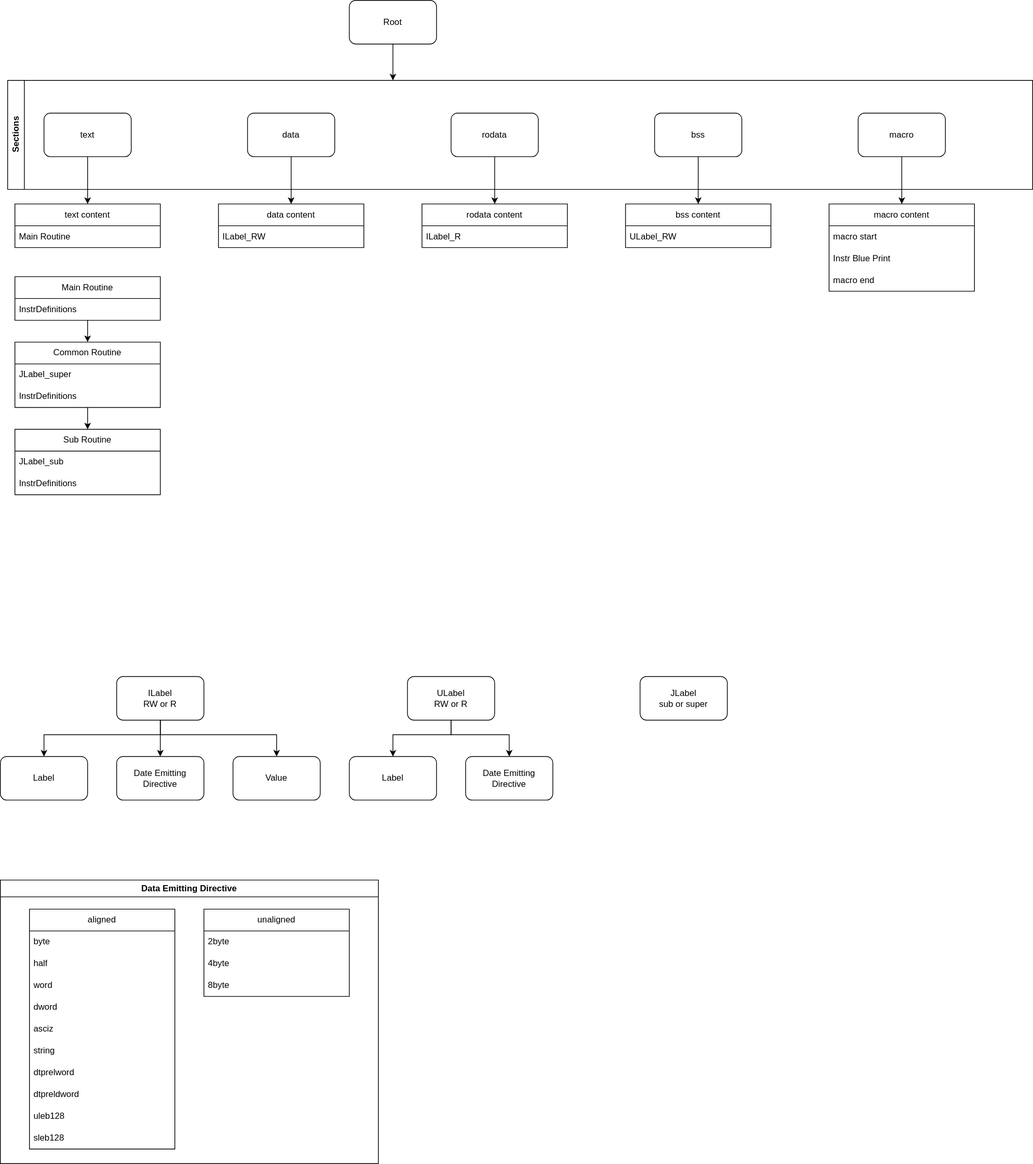
consansri/ProSimWeb-Test keeps this draw.io diagram as docs/RiscV/RiscV - Grammar.drawio.svg. Above is the earlier version. Source tidied: cells renumbered, new cells last; positions are measured from the earlier drawing's top-left corner, leaving out a move shared by most shapes.
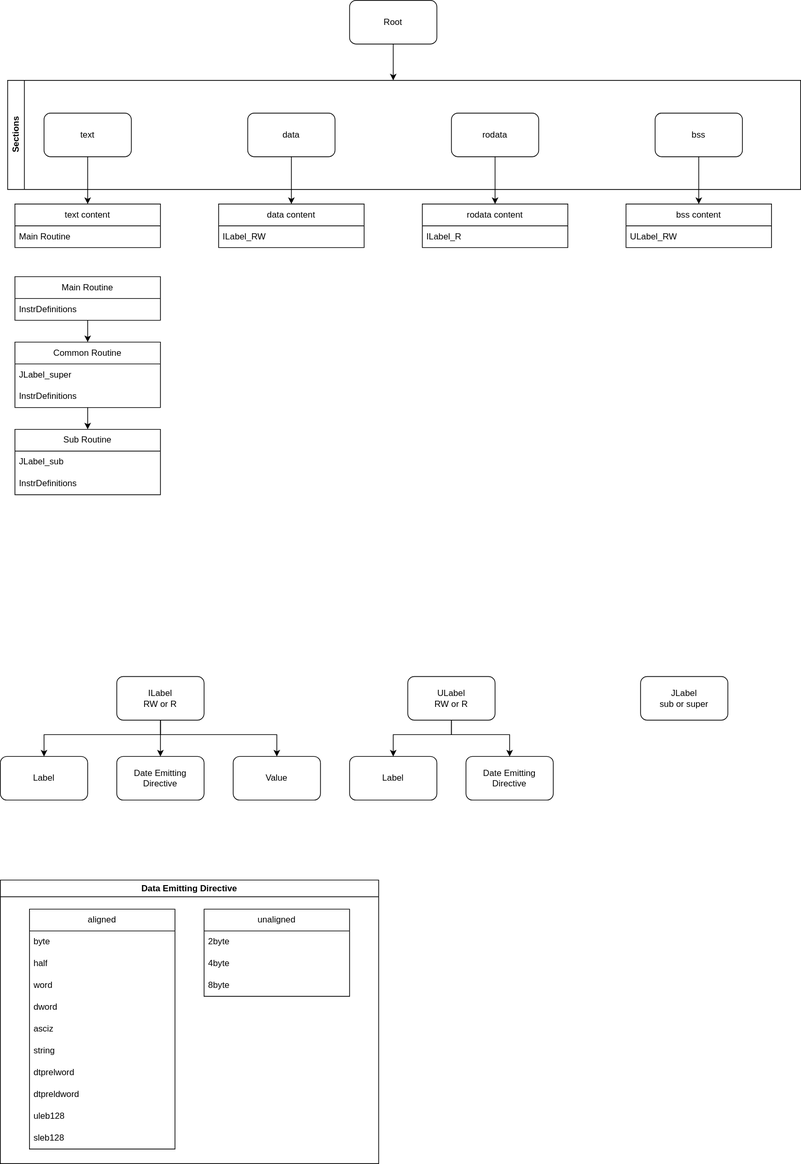
The same diagram one commit later.

Diff of the diagram source:
```diff
@@ -14,7 +14,7 @@
       <mxGeometry x="480" width="120" height="60" as="geometry" />
     </mxCell>
     <mxCell id="4" value="Sections" style="swimlane;horizontal=0;whiteSpace=wrap;html=1;" parent="1" vertex="1">
-      <mxGeometry x="10" y="110" width="1410" height="150" as="geometry" />
+      <mxGeometry x="10" y="110" width="1090" height="150" as="geometry" />
     </mxCell>
     <mxCell id="5" value="text" style="rounded=1;whiteSpace=wrap;html=1;" parent="4" vertex="1">
       <mxGeometry x="50" y="45" width="120" height="60" as="geometry" />
@@ -28,9 +28,6 @@
     <mxCell id="8" value="bss" style="rounded=1;whiteSpace=wrap;html=1;" parent="4" vertex="1">
       <mxGeometry x="890" y="45" width="120" height="60" as="geometry" />
     </mxCell>
-    <mxCell id="9" value="macro" style="rounded=1;whiteSpace=wrap;html=1;" parent="4" vertex="1">
-      <mxGeometry x="1170" y="45" width="120" height="60" as="geometry" />
-    </mxCell>
     <mxCell id="10" style="edgeStyle=orthogonalEdgeStyle;rounded=0;jettySize=auto;html=1;" parent="1" edge="1" source="5" target="44">
       <mxGeometry relative="1" as="geometry" />
     </mxCell>
@@ -204,20 +201,5 @@
     <mxCell id="60" value="InstrDefinitions" style="text;strokeColor=none;fillColor=none;align=left;verticalAlign=middle;spacingLeft=4;spacingRight=4;overflow=hidden;whiteSpace=wrap;html=1;" parent="58" vertex="1">
       <mxGeometry y="60" width="200" height="30" as="geometry" />
     </mxCell>
-    <mxCell id="61" value="macro content" style="swimlane;fontStyle=0;horizontal=1;startSize=30;whiteSpace=wrap;html=1;" parent="1" vertex="1">
-      <mxGeometry x="1140" y="280" width="200" height="120" as="geometry" />
-    </mxCell>
-    <mxCell id="62" value="macro start" style="text;strokeColor=none;fillColor=none;align=left;verticalAlign=middle;spacingLeft=4;spacingRight=4;overflow=hidden;whiteSpace=wrap;html=1;" parent="61" vertex="1">
-      <mxGeometry y="30" width="200" height="30" as="geometry" />
-    </mxCell>
-    <mxCell id="63" value="Instr Blue Print" style="text;strokeColor=none;fillColor=none;align=left;verticalAlign=middle;spacingLeft=4;spacingRight=4;overflow=hidden;whiteSpace=wrap;html=1;" parent="61" vertex="1">
-      <mxGeometry y="60" width="200" height="30" as="geometry" />
-    </mxCell>
-    <mxCell id="64" value="macro end" style="text;strokeColor=none;fillColor=none;align=left;verticalAlign=middle;spacingLeft=4;spacingRight=4;overflow=hidden;whiteSpace=wrap;html=1;" parent="61" vertex="1">
-      <mxGeometry y="90" width="200" height="30" as="geometry" />
-    </mxCell>
-    <mxCell id="65" style="edgeStyle=orthogonalEdgeStyle;rounded=0;jettySize=auto;html=1;" parent="1" edge="1" source="9" target="61">
-      <mxGeometry relative="1" as="geometry" />
-    </mxCell>
   </root>
 </mxGraphModel>
```
